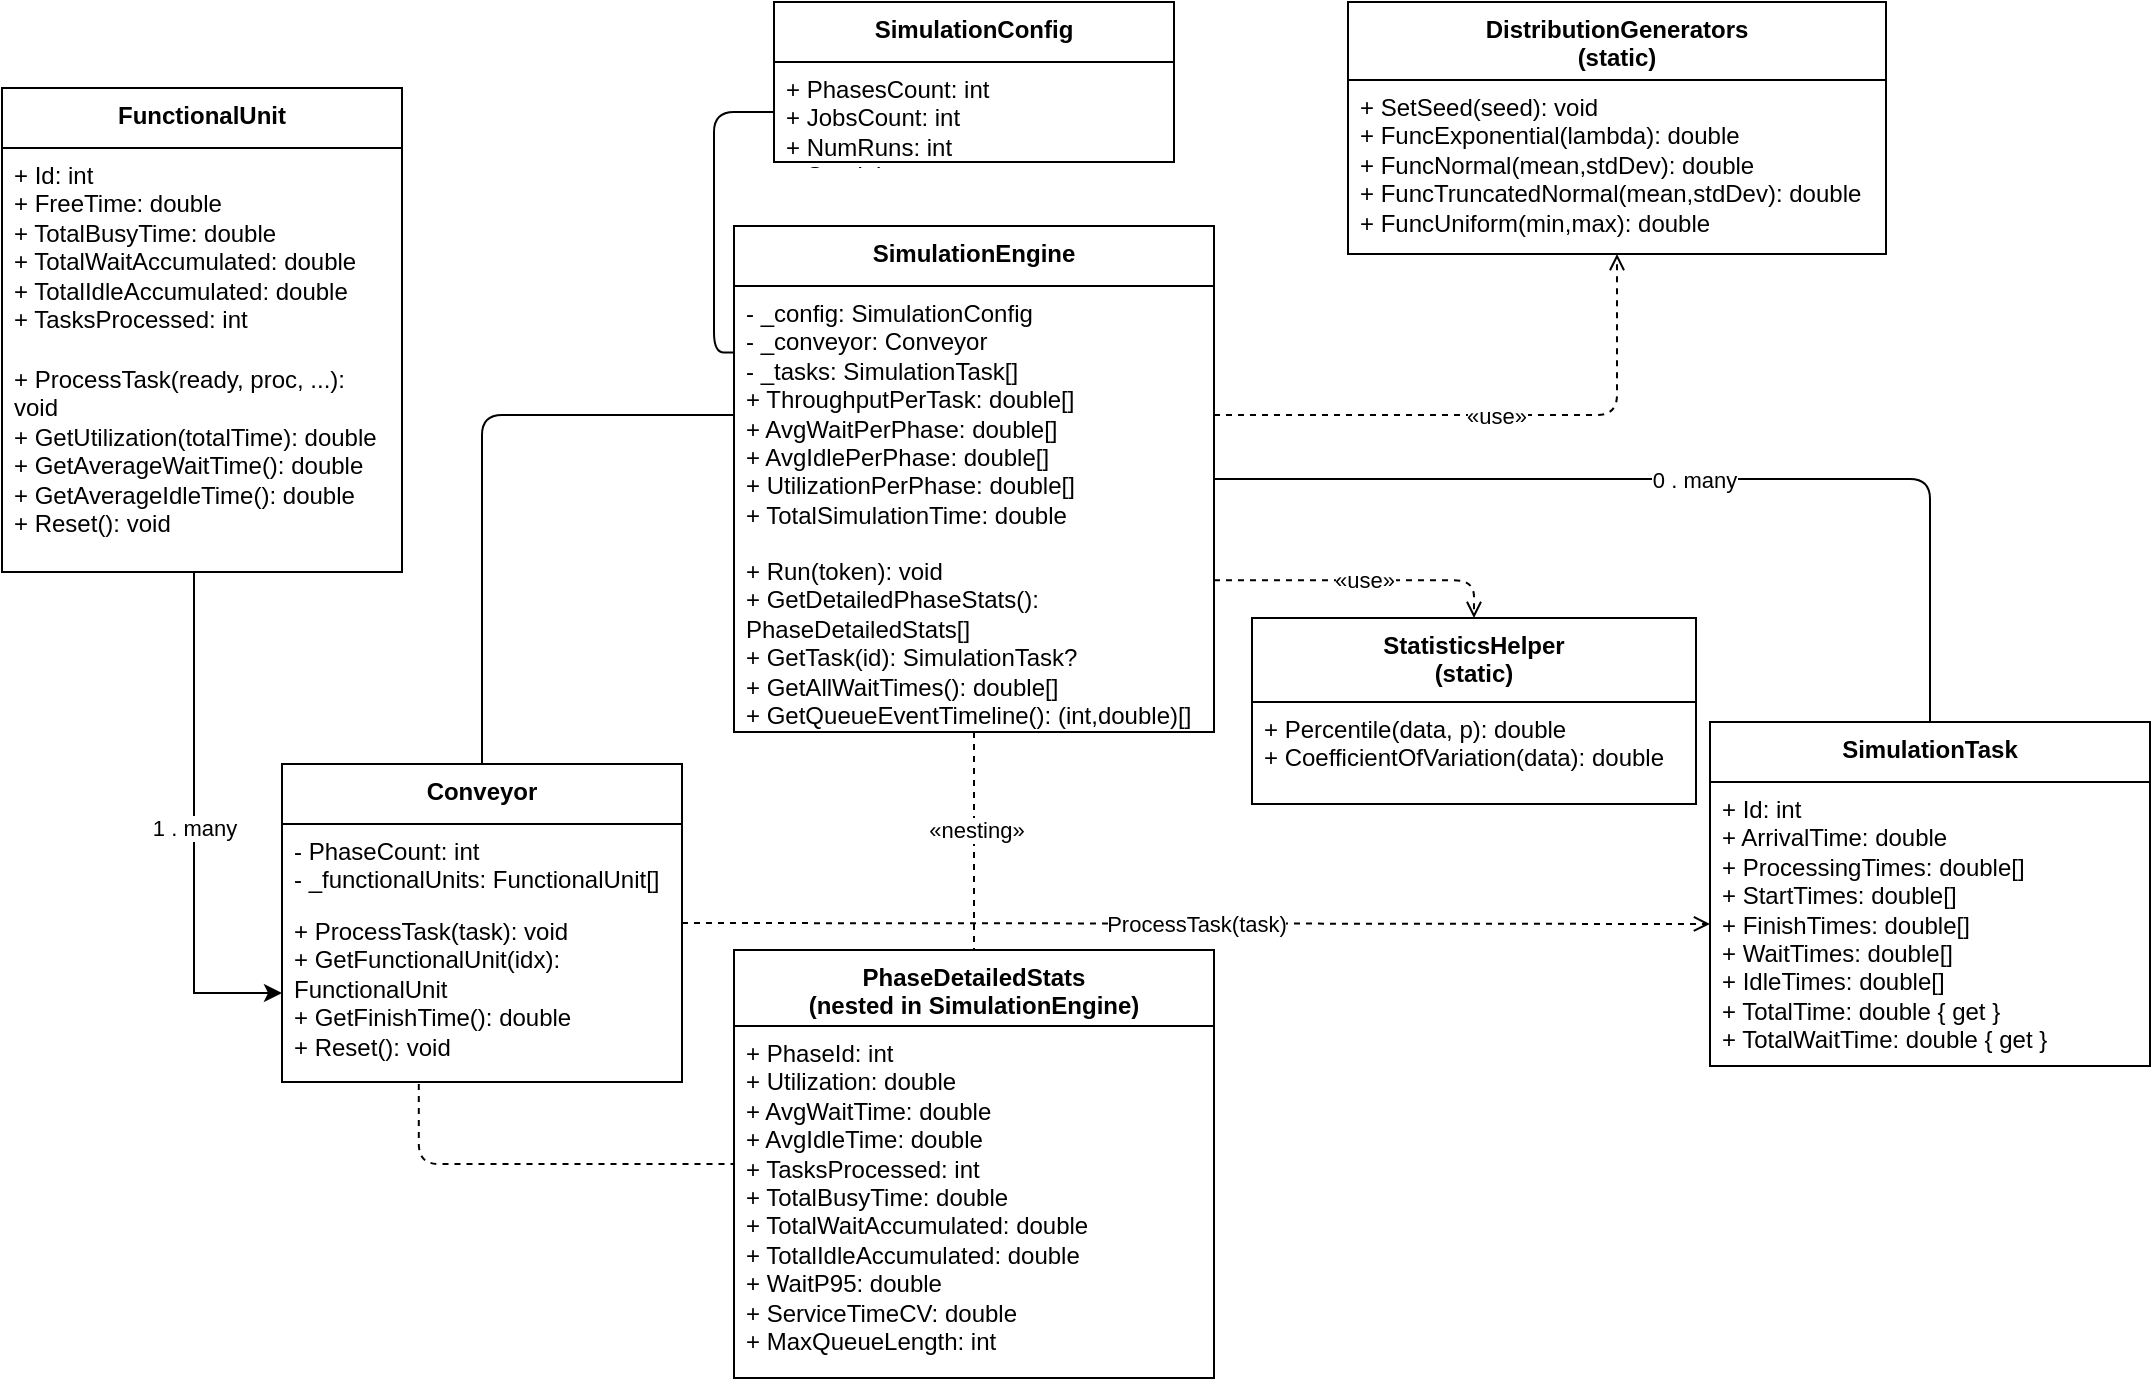
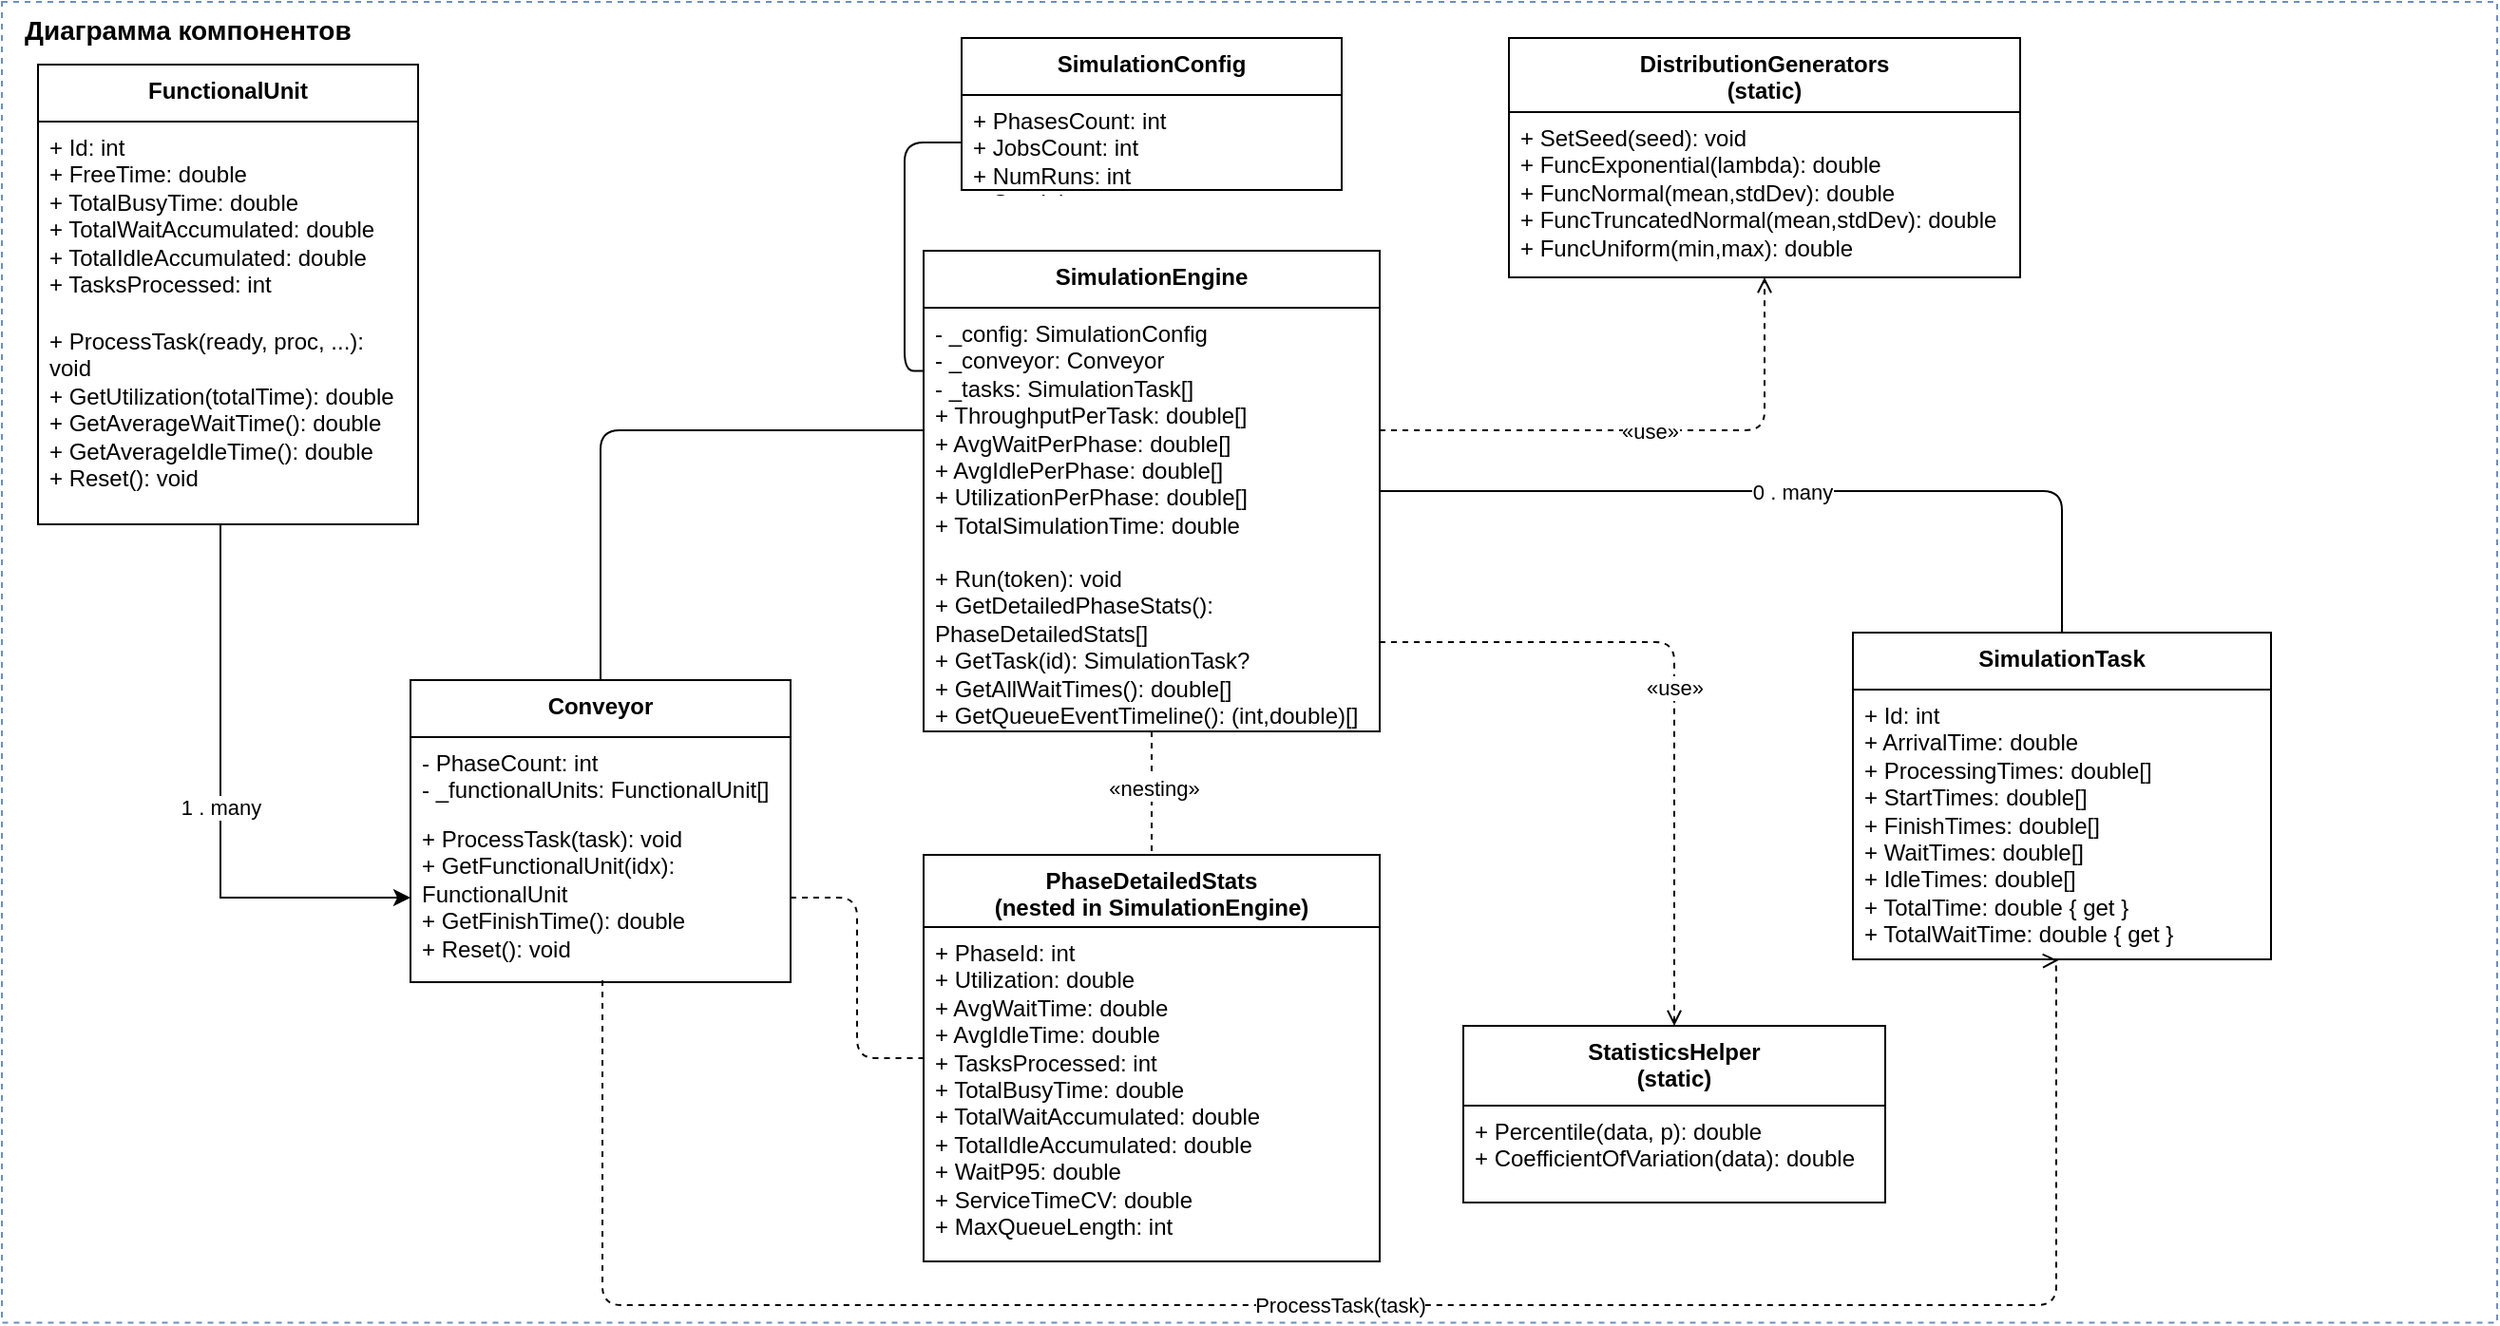
<mxfile host="app.diagrams.net">
  <diagram id="Uok3ujMnpezUSZpHuWJE" name="Страница-1">
-     <mxGraphModel dx="1985" dy="1315" grid="0" gridSize="10" guides="1" tooltips="1" connect="1" arrows="1" fold="1" page="0" pageScale="1" pageWidth="1169" pageHeight="827" math="0" shadow="0">
+     <mxGraphModel dx="1776" dy="744" grid="0" gridSize="10" guides="1" tooltips="1" connect="1" arrows="1" fold="1" page="0" pageScale="1" pageWidth="1169" pageHeight="827" math="0" shadow="0">
      <root>
        <mxCell id="0" />
        <mxCell id="1" parent="0" />
        <mxCell id="2" parent="1" style="swimlane;fontStyle=1;align=center;verticalAlign=top;childLayout=stackLayout;horizontal=1;startSize=30;horizontalStack=0;resizeParent=1;resizeParentMax=0;resizeLast=0;collapsible=0;marginBottom=0;whiteSpace=wrap;html=0;" value="SimulationEngine" vertex="1">
-           <mxGeometry height="253" width="240" x="360" y="99" as="geometry" />
+           <mxGeometry height="253" width="240" x="360" y="143" as="geometry" />
        </mxCell>
        <mxCell id="3" parent="2" style="text;strokeColor=none;fillColor=none;align=left;verticalAlign=top;spacingLeft=4;spacingRight=4;overflow=hidden;rotatable=0;points=[[0,0.5],[1,0.5]];portConstraint=eastwest;whiteSpace=wrap;html=0;" value="- _config: SimulationConfig&#xa;- _conveyor: Conveyor&#xa;- _tasks: SimulationTask[]&#xa;+ ThroughputPerTask: double[]&#xa;+ AvgWaitPerPhase: double[]&#xa;+ AvgIdlePerPhase: double[]&#xa;+ UtilizationPerPhase: double[]&#xa;+ TotalSimulationTime: double" vertex="1">
          <mxGeometry height="129" width="240" y="30" as="geometry" />
        </mxCell>
        <mxCell id="4" parent="2" style="text;strokeColor=none;fillColor=none;align=left;verticalAlign=top;spacingLeft=4;spacingRight=4;overflow=hidden;rotatable=0;points=[[0,0.5],[1,0.5]];portConstraint=eastwest;whiteSpace=wrap;html=0;fontStyle=0;" value="+ Run(token): void&#xa;+ GetDetailedPhaseStats(): PhaseDetailedStats[]&#xa;+ GetTask(id): SimulationTask?&#xa;+ GetAllWaitTimes(): double[]&#xa;+ GetQueueEventTimeline(): (int,double)[]" vertex="1">
          <mxGeometry height="94" width="240" y="159" as="geometry" />
        </mxCell>
        <mxCell id="5" parent="1" style="swimlane;fontStyle=1;align=center;verticalAlign=top;childLayout=stackLayout;horizontal=1;startSize=30;horizontalStack=0;resizeParent=1;resizeParentMax=0;resizeLast=0;collapsible=0;marginBottom=0;whiteSpace=wrap;html=0;" value="Conveyor" vertex="1">
-           <mxGeometry height="159" width="200" x="134" y="368" as="geometry" />
+           <mxGeometry height="159" width="200" x="90" y="369" as="geometry" />
        </mxCell>
        <mxCell id="6" parent="5" style="text;strokeColor=none;fillColor=none;align=left;verticalAlign=top;spacingLeft=4;spacingRight=4;overflow=hidden;rotatable=0;points=[[0,0.5],[1,0.5]];portConstraint=eastwest;whiteSpace=wrap;html=0;" value="- PhaseCount: int&#xa;- _functionalUnits: FunctionalUnit[]" vertex="1">
          <mxGeometry height="40" width="200" y="30" as="geometry" />
        </mxCell>
        <mxCell id="7" parent="5" style="text;strokeColor=none;fillColor=none;align=left;verticalAlign=top;spacingLeft=4;spacingRight=4;overflow=hidden;rotatable=0;points=[[0,0.5],[1,0.5]];portConstraint=eastwest;whiteSpace=wrap;html=0;" value="+ ProcessTask(task): void&#xa;+ GetFunctionalUnit(idx): FunctionalUnit&#xa;+ GetFinishTime(): double&#xa;+ Reset(): void" vertex="1">
          <mxGeometry height="89" width="200" y="70" as="geometry" />
        </mxCell>
        <mxCell id="8" parent="1" style="swimlane;fontStyle=1;align=center;verticalAlign=top;childLayout=stackLayout;horizontal=1;startSize=30;horizontalStack=0;resizeParent=1;resizeParentMax=0;resizeLast=0;collapsible=0;marginBottom=0;whiteSpace=wrap;html=0;" value="FunctionalUnit" vertex="1">
-           <mxGeometry height="242" width="200" x="-6" y="30" as="geometry" />
+           <mxGeometry height="242" width="200" x="-106" y="45" as="geometry" />
        </mxCell>
        <mxCell id="9" parent="8" style="text;strokeColor=none;fillColor=none;align=left;verticalAlign=top;spacingLeft=4;spacingRight=4;overflow=hidden;rotatable=0;points=[[0,0.5],[1,0.5]];portConstraint=eastwest;whiteSpace=wrap;html=0;" value="+ Id: int&#xa;+ FreeTime: double&#xa;+ TotalBusyTime: double&#xa;+ TotalWaitAccumulated: double&#xa;+ TotalIdleAccumulated: double&#xa;+ TasksProcessed: int" vertex="1">
          <mxGeometry height="102" width="200" y="30" as="geometry" />
        </mxCell>
        <mxCell id="10" parent="8" style="text;strokeColor=none;fillColor=none;align=left;verticalAlign=top;spacingLeft=4;spacingRight=4;overflow=hidden;rotatable=0;points=[[0,0.5],[1,0.5]];portConstraint=eastwest;whiteSpace=wrap;html=0;" value="+ ProcessTask(ready, proc, ...): void&#xa;+ GetUtilization(totalTime): double&#xa;+ GetAverageWaitTime(): double&#xa;+ GetAverageIdleTime(): double&#xa;+ Reset(): void" vertex="1">
          <mxGeometry height="110" width="200" y="132" as="geometry" />
        </mxCell>
        <mxCell id="11" parent="1" style="swimlane;fontStyle=1;align=center;verticalAlign=top;childLayout=stackLayout;horizontal=1;startSize=30;horizontalStack=0;resizeParent=1;resizeParentMax=0;resizeLast=0;collapsible=0;marginBottom=0;whiteSpace=wrap;html=0;" value="SimulationConfig" vertex="1">
-           <mxGeometry height="80" width="200" x="380" y="-13" as="geometry" />
+           <mxGeometry height="80" width="200" x="380" y="31" as="geometry" />
        </mxCell>
        <mxCell id="12" parent="11" style="text;strokeColor=none;fillColor=none;align=left;verticalAlign=top;spacingLeft=4;spacingRight=4;overflow=hidden;rotatable=0;points=[[0,0.5],[1,0.5]];portConstraint=eastwest;whiteSpace=wrap;html=0;" value="+ PhasesCount: int&#xa;+ JobsCount: int&#xa;+ NumRuns: int&#xa;+ Seed: int&#xa;+ Lambda: double&#xa;+ Mu: double&#xa;+ Sigma: double&#xa;+ IntervalDistribution: int&#xa;+ ProcessingDistribution: int" vertex="1">
          <mxGeometry height="50" width="200" y="30" as="geometry" />
        </mxCell>
        <mxCell id="13" parent="1" style="swimlane;fontStyle=1;align=center;verticalAlign=top;childLayout=stackLayout;horizontal=1;startSize=30;horizontalStack=0;resizeParent=1;resizeParentMax=0;resizeLast=0;collapsible=0;marginBottom=0;whiteSpace=wrap;html=0;" value="SimulationTask" vertex="1">
-           <mxGeometry height="172" width="220" x="848" y="347" as="geometry" />
+           <mxGeometry height="172" width="220" x="849" y="344" as="geometry" />
        </mxCell>
        <mxCell id="14" parent="13" style="text;strokeColor=none;fillColor=none;align=left;verticalAlign=top;spacingLeft=4;spacingRight=4;overflow=hidden;rotatable=0;points=[[0,0.5],[1,0.5]];portConstraint=eastwest;whiteSpace=wrap;html=0;" value="+ Id: int&#xa;+ ArrivalTime: double&#xa;+ ProcessingTimes: double[]&#xa;+ StartTimes: double[]&#xa;+ FinishTimes: double[]&#xa;+ WaitTimes: double[]&#xa;+ IdleTimes: double[]&#xa;+ TotalTime: double { get }&#xa;+ TotalWaitTime: double { get }" vertex="1">
          <mxGeometry height="142" width="220" y="30" as="geometry" />
        </mxCell>
        <mxCell id="15" parent="1" style="swimlane;fontStyle=1;align=center;verticalAlign=top;childLayout=stackLayout;horizontal=1;startSize=38;horizontalStack=0;resizeParent=1;resizeParentMax=0;resizeLast=0;collapsible=0;marginBottom=0;whiteSpace=wrap;html=0;fontSize=12;" value="PhaseDetailedStats&#xa;(nested in SimulationEngine)" vertex="1">
          <mxGeometry height="214" width="240" x="360" y="461" as="geometry" />
        </mxCell>
        <mxCell id="16" parent="15" style="text;strokeColor=none;fillColor=none;align=left;verticalAlign=top;spacingLeft=4;spacingRight=4;overflow=hidden;rotatable=0;points=[[0,0.5],[1,0.5]];portConstraint=eastwest;whiteSpace=wrap;html=0;" value="+ PhaseId: int&#xa;+ Utilization: double&#xa;+ AvgWaitTime: double&#xa;+ AvgIdleTime: double&#xa;+ TasksProcessed: int&#xa;+ TotalBusyTime: double&#xa;+ TotalWaitAccumulated: double&#xa;+ TotalIdleAccumulated: double&#xa;+ WaitP95: double&#xa;+ ServiceTimeCV: double&#xa;+ MaxQueueLength: int" vertex="1">
          <mxGeometry height="176" width="240" y="38" as="geometry" />
        </mxCell>
        <mxCell id="17" parent="1" style="swimlane;fontStyle=1;align=center;verticalAlign=top;childLayout=stackLayout;horizontal=1;startSize=39;horizontalStack=0;resizeParent=1;resizeParentMax=0;resizeLast=0;collapsible=0;marginBottom=0;whiteSpace=wrap;html=0;" value="DistributionGenerators&#xa;(static)" vertex="1">
-           <mxGeometry height="126" width="269" x="667" y="-13" as="geometry" />
+           <mxGeometry height="126" width="269" x="668" y="31" as="geometry" />
        </mxCell>
        <mxCell id="18" parent="17" style="text;strokeColor=none;fillColor=none;align=left;verticalAlign=top;spacingLeft=4;spacingRight=4;overflow=hidden;rotatable=0;points=[[0,0.5],[1,0.5]];portConstraint=eastwest;whiteSpace=wrap;html=0;" value="+ SetSeed(seed): void&#xa;+ FuncExponential(lambda): double&#xa;+ FuncNormal(mean,stdDev): double&#xa;+ FuncTruncatedNormal(mean,stdDev): double&#xa;+ FuncUniform(min,max): double" vertex="1">
          <mxGeometry height="87" width="269" y="39" as="geometry" />
        </mxCell>
        <mxCell id="19" parent="1" style="swimlane;fontStyle=1;align=center;verticalAlign=top;childLayout=stackLayout;horizontal=1;startSize=42;horizontalStack=0;resizeParent=1;resizeParentMax=0;resizeLast=0;collapsible=0;marginBottom=0;whiteSpace=wrap;html=0;" value="StatisticsHelper&#xa;(static)" vertex="1">
-           <mxGeometry height="93" width="222" x="619" y="295" as="geometry" />
+           <mxGeometry height="93" width="222" x="644" y="551" as="geometry" />
        </mxCell>
        <mxCell id="20" parent="19" style="text;strokeColor=none;fillColor=none;align=left;verticalAlign=top;spacingLeft=4;spacingRight=4;overflow=hidden;rotatable=0;points=[[0,0.5],[1,0.5]];portConstraint=eastwest;whiteSpace=wrap;html=0;" value="+ Percentile(data, p): double&#xa;+ CoefficientOfVariation(data): double" vertex="1">
          <mxGeometry height="51" width="222" y="42" as="geometry" />
        </mxCell>
        <mxCell id="21" edge="1" parent="1" source="3" style="endArrow=none;startArrow=umlComposition;html=1;exitX=0;exitY=0.5;exitDx=0;exitDy=0;entryX=0.5;entryY=0;entryDx=0;entryDy=0;edgeStyle=orthogonalEdgeStyle;" target="5" value="">
          <mxGeometry relative="1" width="160" as="geometry" />
        </mxCell>
        <mxCell id="22" edge="1" parent="1" source="2" style="endArrow=none;startArrow=umlAggregation;html=1;exitX=0;exitY=0.25;exitDx=0;exitDy=0;entryX=0;entryY=0.5;entryDx=0;entryDy=0;edgeStyle=orthogonalEdgeStyle;" target="12" value="">
          <mxGeometry relative="1" width="160" as="geometry">
-             <mxPoint x="549" y="85" as="targetPoint" />
+             <mxPoint x="549" y="129" as="targetPoint" />
          </mxGeometry>
        </mxCell>
        <mxCell id="23" edge="1" parent="1" source="2" style="endArrow=none;startArrow=umlAggregation;html=1;exitX=1;exitY=0.5;exitDx=0;exitDy=0;entryX=0.5;entryY=0;entryDx=0;entryDy=0;fontSize=11;edgeStyle=orthogonalEdgeStyle;" target="13" value="0 . many">
          <mxGeometry relative="1" width="160" as="geometry" />
        </mxCell>
-         <mxCell id="25" edge="1" parent="1" source="5" style="endArrow=open;html=1;dashed=1;exitX=1;exitY=0.5;exitDx=0;exitDy=0;fontSize=11;entryX=0;entryY=0.5;entryDx=0;entryDy=0;" target="14" value="ProcessTask(task)">
+         <mxCell id="25" edge="1" parent="1" source="7" style="endArrow=open;html=1;dashed=1;fontSize=11;exitX=0.505;exitY=0.989;exitDx=0;exitDy=0;exitPerimeter=0;entryX=0.491;entryY=1.004;entryDx=0;entryDy=0;entryPerimeter=0;edgeStyle=orthogonalEdgeStyle;" target="14" value="ProcessTask(task)">
          <mxGeometry relative="1" width="160" as="geometry">
-             <mxPoint x="891" y="431" as="targetPoint" />
+             <Array as="points">
+               <mxPoint x="191" y="698" />
+               <mxPoint x="956" y="698" />
+             </Array>
+             <mxPoint x="150" y="662" as="sourcePoint" />
+             <mxPoint x="921" y="573" as="targetPoint" />
          </mxGeometry>
        </mxCell>
        <mxCell id="26" edge="1" parent="1" source="2" style="endArrow=none;html=1;dashed=1;startArrow=none;exitX=0.5;exitY=1;exitDx=0;exitDy=0;entryX=0.5;entryY=0;entryDx=0;entryDy=0;startSize=8;endSize=8;" target="15" value="">
          <mxGeometry relative="1" width="160" as="geometry" />
        </mxCell>
        <mxCell id="27" connectable="0" parent="26" style="edgeLabel;html=1;align=center;verticalAlign=middle;resizable=0;points=[];" value="«nesting»" vertex="1">
          <mxGeometry relative="1" x="-0.1" y="1" as="geometry">
            <mxPoint as="offset" />
          </mxGeometry>
        </mxCell>
        <mxCell id="28" edge="1" parent="1" source="3" style="endArrow=open;html=1;dashed=1;exitX=1;exitY=0.5;exitDx=0;exitDy=0;entryX=0.5;entryY=1;entryDx=0;entryDy=0;fontSize=11;edgeStyle=orthogonalEdgeStyle;" target="17" value="«use»">
          <mxGeometry relative="1" width="160" as="geometry" />
        </mxCell>
-         <mxCell id="29" edge="1" parent="1" source="2" style="endArrow=open;html=1;dashed=1;exitX=1;exitY=0.7;exitDx=0;exitDy=0;fontSize=11;edgeStyle=orthogonalEdgeStyle;entryX=0.5;entryY=0;entryDx=0;entryDy=0;" target="19" value="«use»">
+         <mxCell id="29" edge="1" parent="1" source="4" style="endArrow=open;html=1;dashed=1;exitX=1;exitY=0.5;exitDx=0;exitDy=0;fontSize=11;edgeStyle=orthogonalEdgeStyle;entryX=0.5;entryY=0;entryDx=0;entryDy=0;" target="19" value="«use»">
          <mxGeometry relative="1" width="160" as="geometry">
-             <mxPoint x="691" y="336" as="targetPoint" />
+             <Array as="points">
+               <mxPoint x="755" y="349" />
+             </Array>
+             <mxPoint x="625" y="576.0999999999999" as="sourcePoint" />
+             <mxPoint x="716" y="592" as="targetPoint" />
          </mxGeometry>
        </mxCell>
-         <mxCell id="31" edge="1" parent="1" source="7" style="endArrow=none;dashed=1;html=1;exitX=0.342;exitY=1.011;exitDx=0;exitDy=0;entryX=0;entryY=0.5;entryDx=0;entryDy=0;edgeStyle=orthogonalEdgeStyle;exitPerimeter=0;" target="15" value="">
+         <mxCell id="31" edge="1" parent="1" source="7" style="endArrow=none;dashed=1;html=1;exitX=1;exitY=0.5;exitDx=0;exitDy=0;entryX=0;entryY=0.5;entryDx=0;entryDy=0;edgeStyle=orthogonalEdgeStyle;" target="15" value="">
          <mxGeometry relative="1" width="160" as="geometry" />
        </mxCell>
        <mxCell id="r5KsJmrUR32POlu1aOWC-32" edge="1" parent="1" source="10" style="endArrow=classic;html=1;rounded=0;exitX=0.48;exitY=0.999;exitDx=0;exitDy=0;entryX=0;entryY=0.5;entryDx=0;entryDy=0;edgeStyle=orthogonalEdgeStyle;exitPerimeter=0;" target="7" value="">
          <mxGeometry relative="1" as="geometry">
            <mxPoint x="-55.99999999999977" y="432.92" as="sourcePoint" />
            <mxPoint x="64" y="774.9200000000001" as="targetPoint" />
          </mxGeometry>
        </mxCell>
        <mxCell id="r5KsJmrUR32POlu1aOWC-33" connectable="0" parent="r5KsJmrUR32POlu1aOWC-32" style="edgeLabel;resizable=0;html=1;;align=center;verticalAlign=middle;" value="1 . many" vertex="1">
          <mxGeometry relative="1" as="geometry" />
        </mxCell>
+         <mxCell id="twsWizRfyxiwaBMZ-L3O-32" parent="1" style="dashed=1;fillColor=none;strokeColor=#6c8ebf;fontSize=14;fontStyle=1;verticalAlign=top;align=left;spacingLeft=10;" value="Диаграмма компонентов" vertex="1">
+           <mxGeometry height="695.25" width="1313" x="-125" y="12" as="geometry" />
+         </mxCell>
      </root>
    </mxGraphModel>
  </diagram>
</mxfile>
